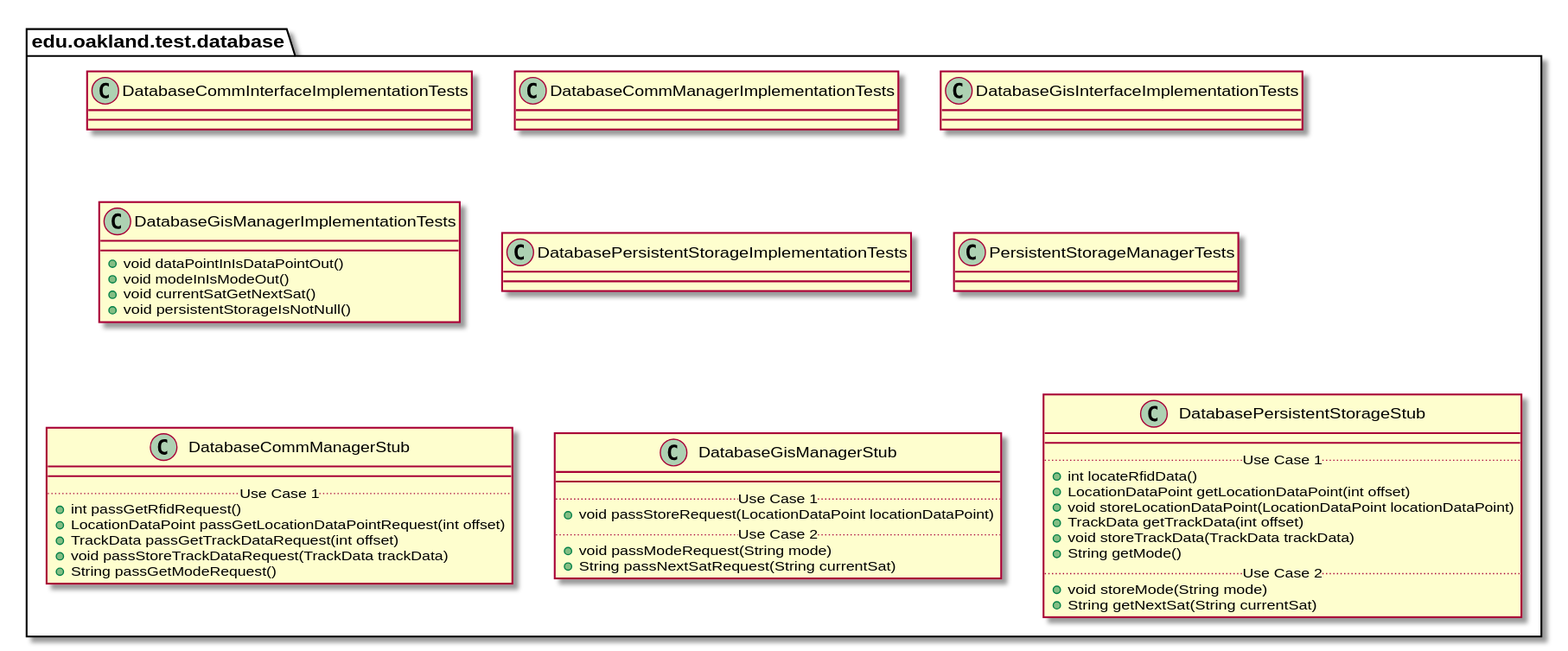
Before: docs/uml-class-diagrams/database/test/DatabaseTestPackage.svg, a diagram exported from PlantUML (elilley15/csi-3370-software-project).
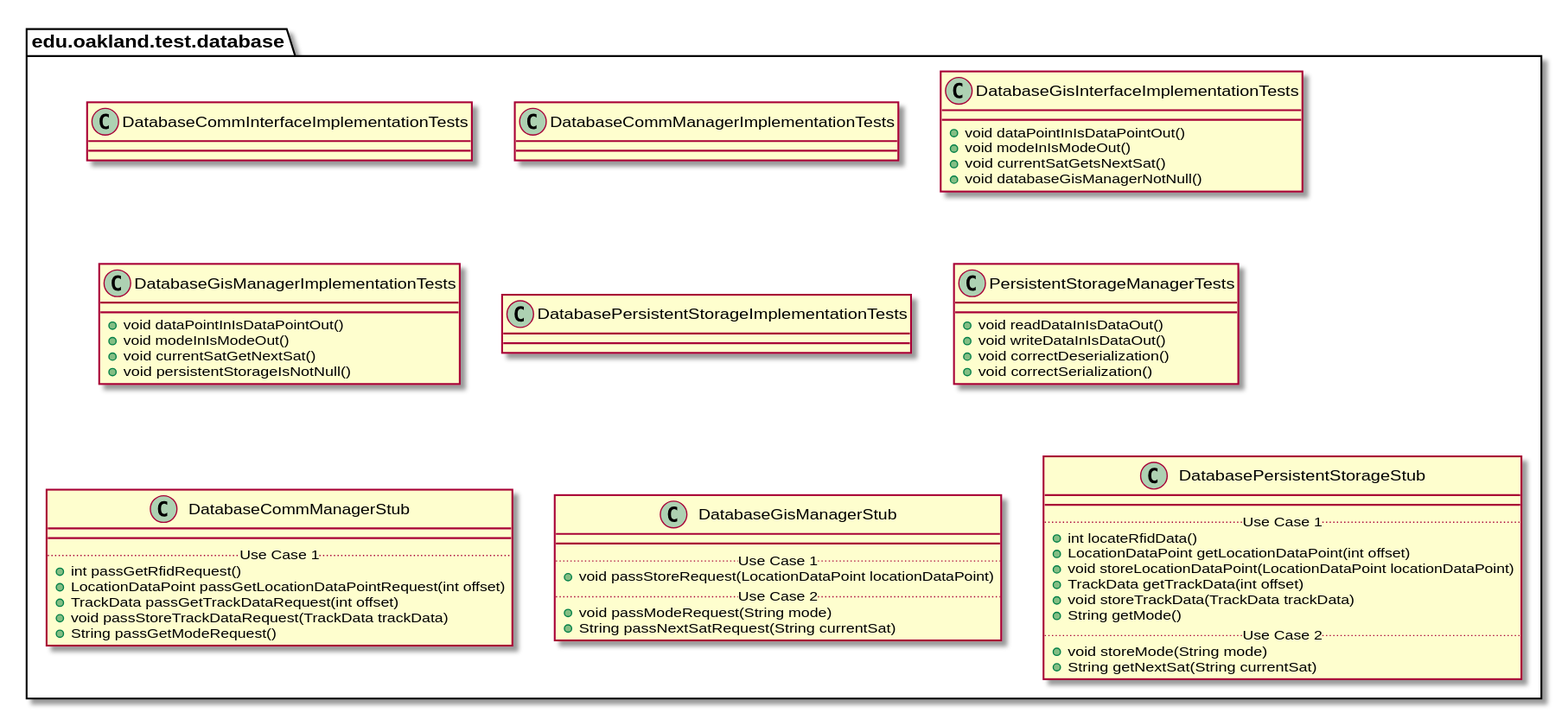
Later version of the same file.

Diff of the diagram source:
```diff
@@ -21,7 +21,10 @@
 
 package edu.oakland.test.database {
     class DatabaseGisInterfaceImplementationTests {
-
+        + void dataPointInIsDataPointOut()
+        + void modeInIsModeOut()
+        + void currentSatGetsNextSat()
+        + void databaseGisManagerNotNull()
     }
 }
 
@@ -45,7 +48,10 @@
 
 package edu.oakland.test.database {
     class PersistentStorageManagerTests {
-
+        + void readDataInIsDataOut()
+        + void writeDataInIsDataOut()
+        + void correctDeserialization()
+        + void correctSerialization()
     }
 }
 
```
